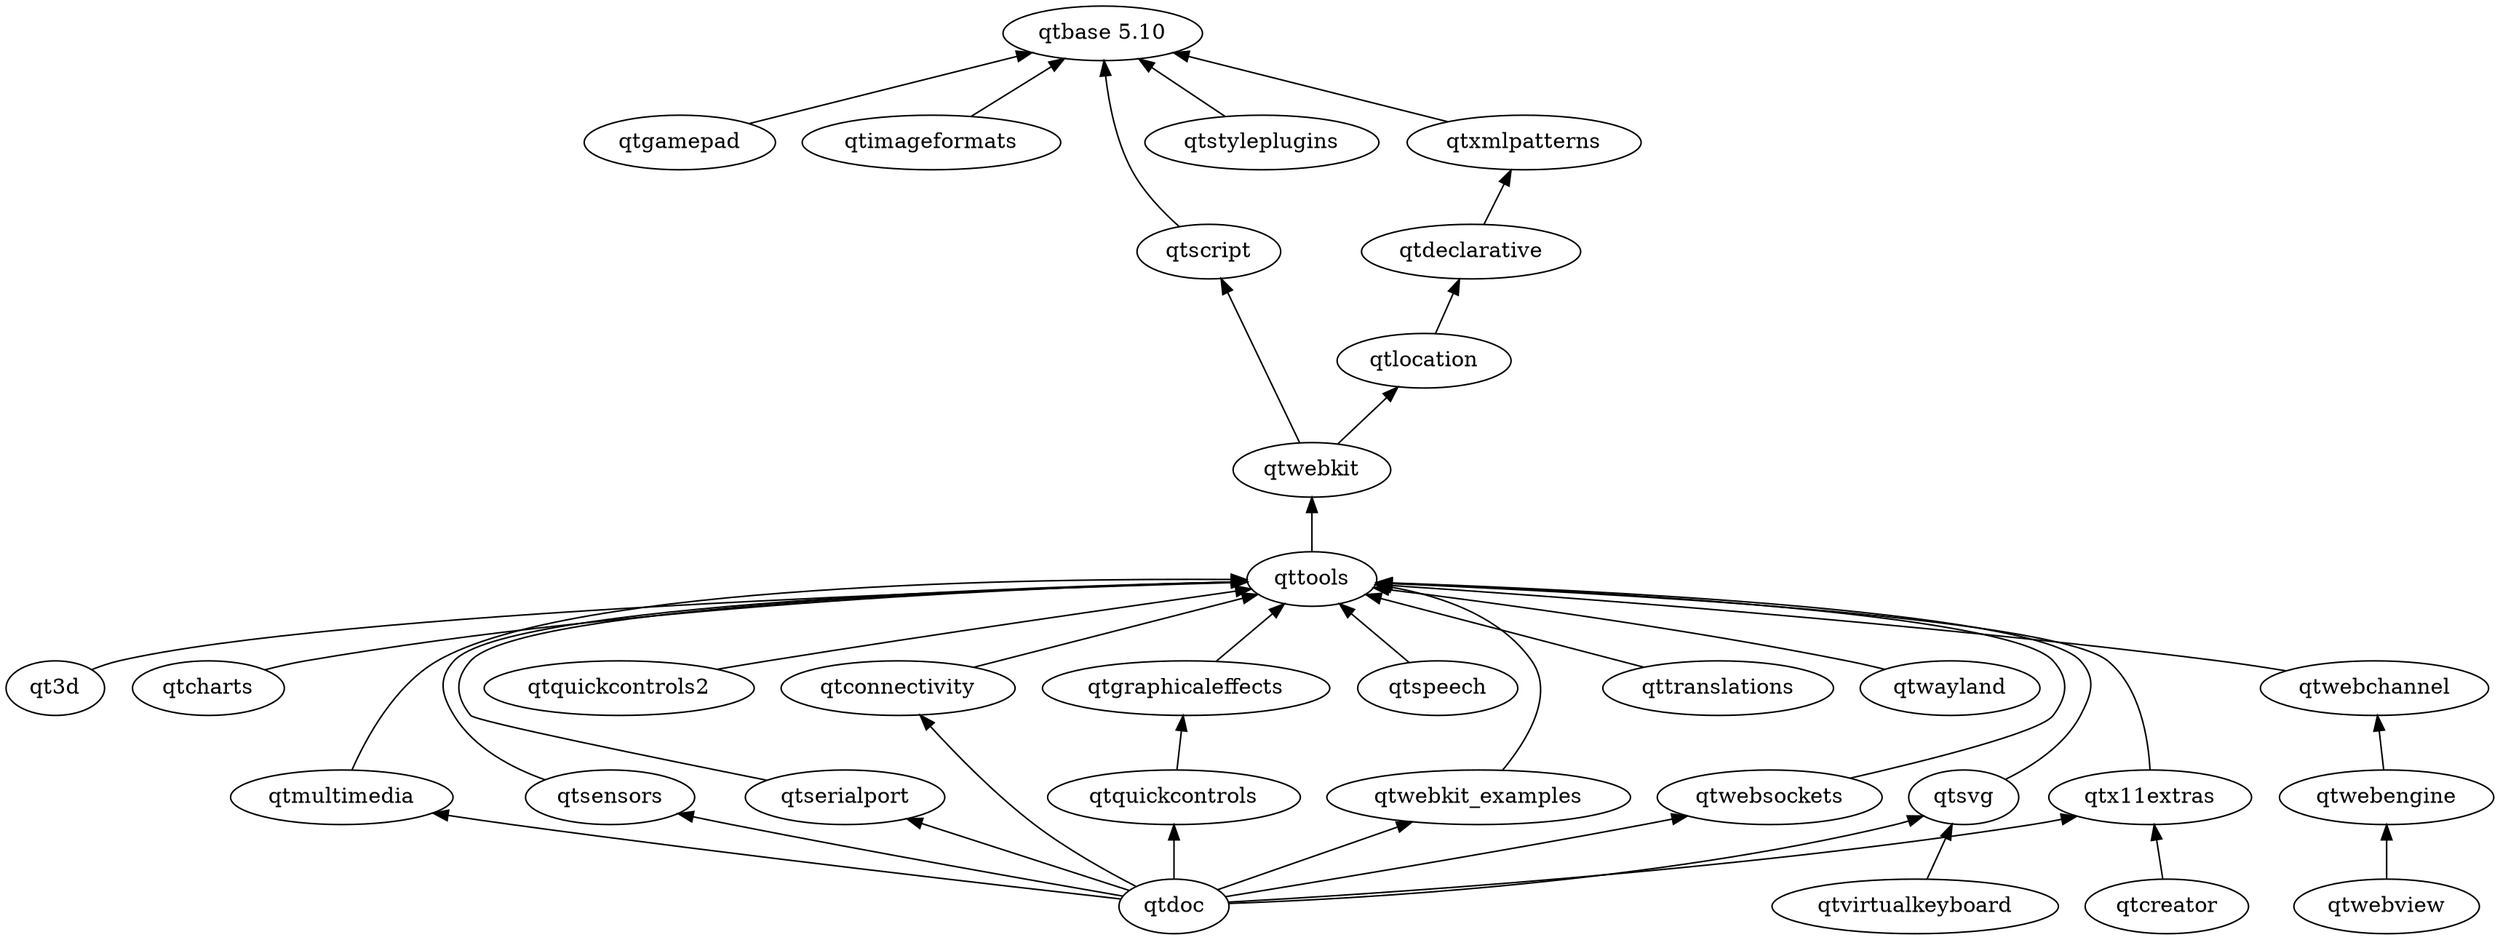
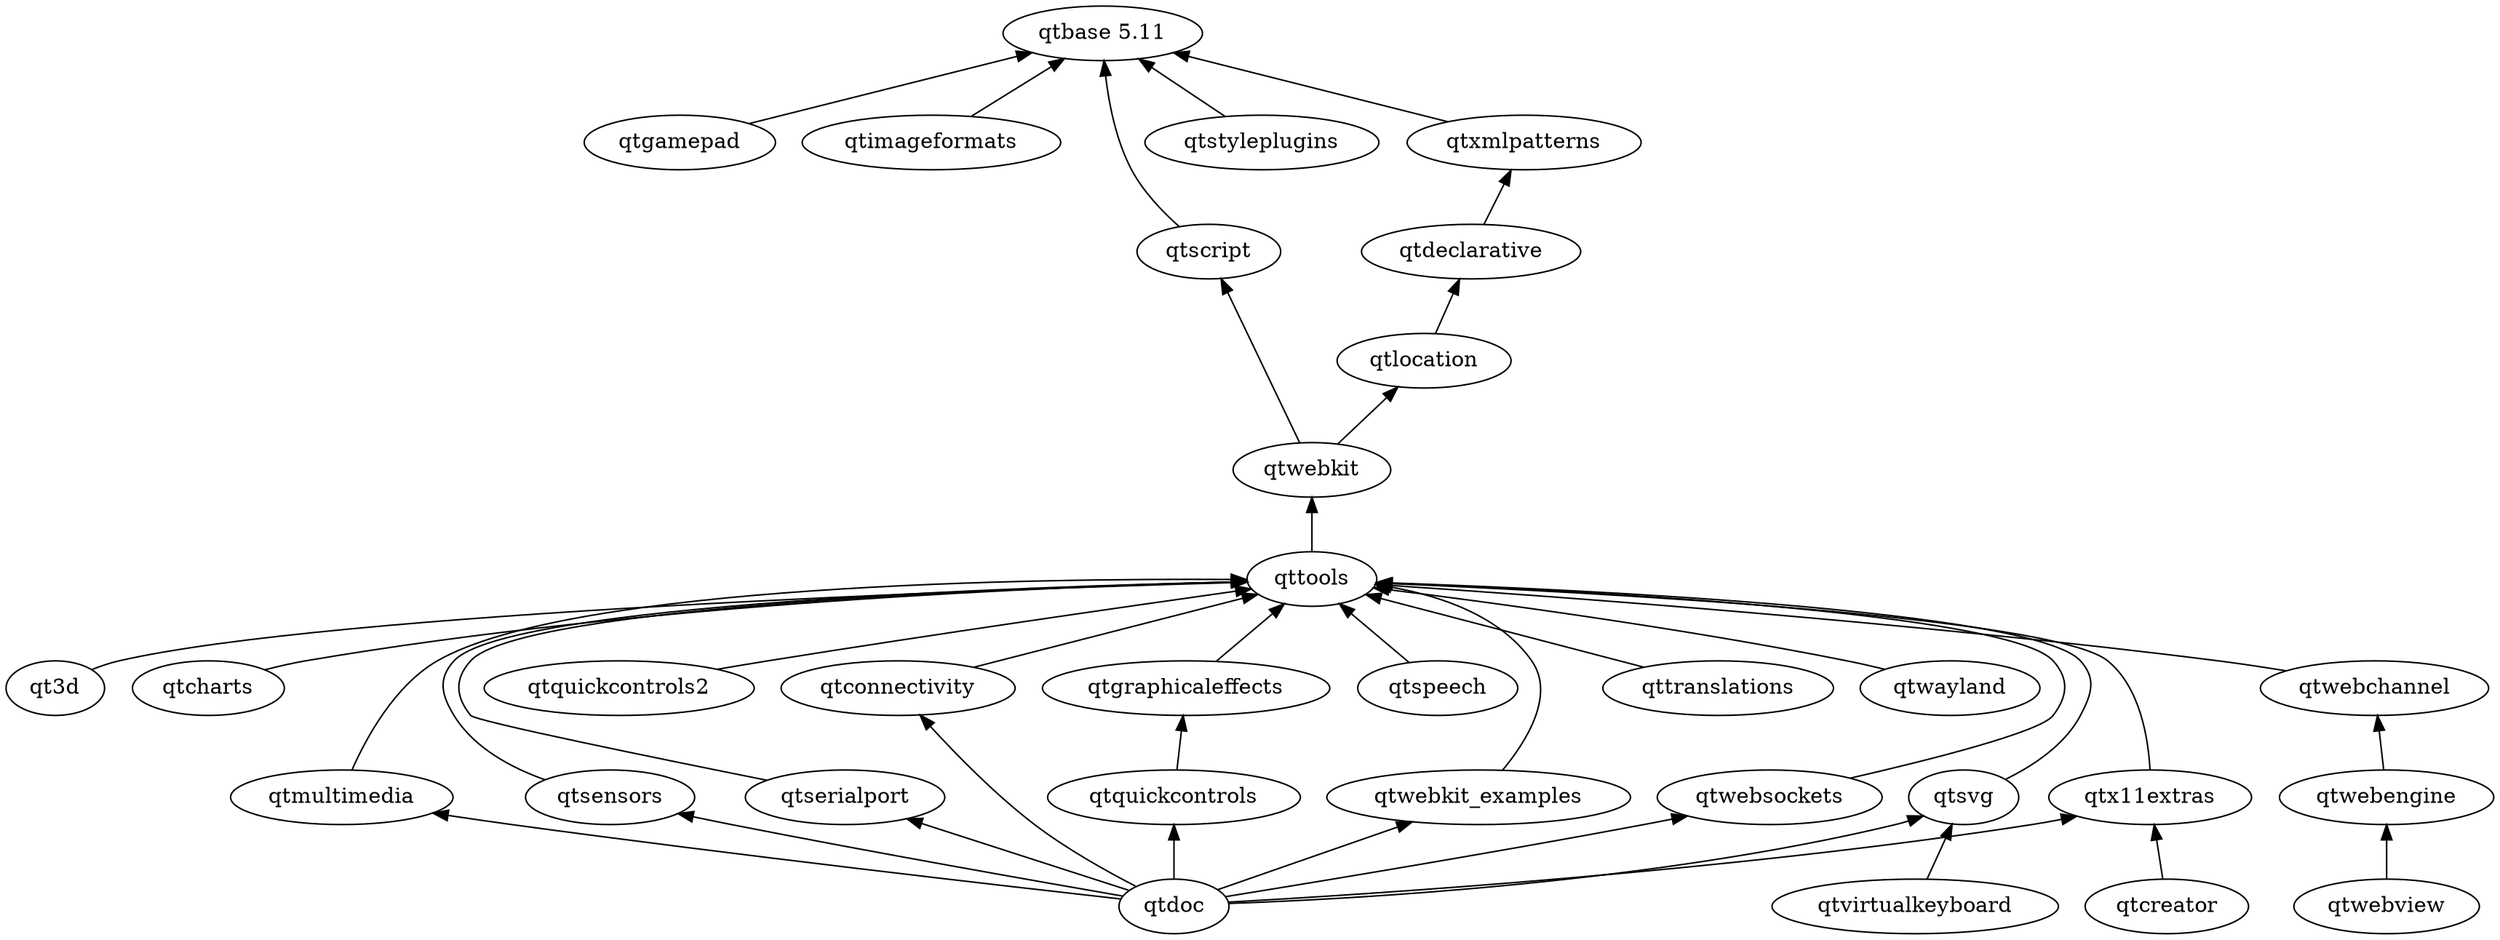
digraph qt5 {
  graph [
    rankdir = "BT"
  ]

  qt3d
-   "qtbase 5.10"
+   "qtbase 5.11"
  qtcharts
  qtconnectivity
  qtcreator
  qtdeclarative
  qtdoc
  qtgamepad
  qtgraphicaleffects
  qtimageformats
  qtlocation
  qtmultimedia
  qtquickcontrols
  qtquickcontrols2
  qtscript
  qtsensors
  qtserialport
  qtspeech
  qtstyleplugins
  qtsvg
  qttools
  qttranslations
  qtvirtualkeyboard
  qtwayland
  qtwebchannel
  qtwebengine
  qtwebkit
  qtwebkit_examples
  qtwebsockets
  qtx11extras
  qtxmlpatterns

  qt3d -> qttools
  qtcharts -> qttools
  qtconnectivity -> qttools
  qtcreator -> qtx11extras
  qtdeclarative -> qtxmlpatterns
  qtdoc -> qtconnectivity
  qtdoc -> qtmultimedia
  qtdoc -> qtquickcontrols
  qtdoc -> qtsensors
  qtdoc -> qtserialport
  qtdoc -> qtsvg
  qtdoc -> qtwebkit_examples
  qtdoc -> qtwebsockets
  qtdoc -> qtx11extras
-   qtgamepad -> "qtbase 5.10"
+   qtgamepad -> "qtbase 5.11"
  qtgraphicaleffects -> qttools
-   qtimageformats -> "qtbase 5.10"
+   qtimageformats -> "qtbase 5.11"
  qtlocation -> qtdeclarative
  qtmultimedia -> qttools
  qtquickcontrols -> qtgraphicaleffects
  qtquickcontrols2 -> qttools
-   qtscript -> "qtbase 5.10"
+   qtscript -> "qtbase 5.11"
  qtsensors -> qttools
  qtserialport -> qttools
  qtspeech -> qttools
-   qtstyleplugins -> "qtbase 5.10"
+   qtstyleplugins -> "qtbase 5.11"
  qtsvg -> qttools
  qttools -> qtwebkit
  qttranslations -> qttools
  qtvirtualkeyboard -> qtsvg
  qtwayland -> qttools
  qtwebchannel -> qttools
  qtwebengine -> qtwebchannel
  qtwebview -> qtwebengine
  qtwebkit -> qtscript
  qtwebkit -> qtlocation
  qtwebkit_examples -> qttools
  qtwebsockets -> qttools
  qtx11extras -> qttools
-   qtxmlpatterns -> "qtbase 5.10"
+   qtxmlpatterns -> "qtbase 5.11"
}
